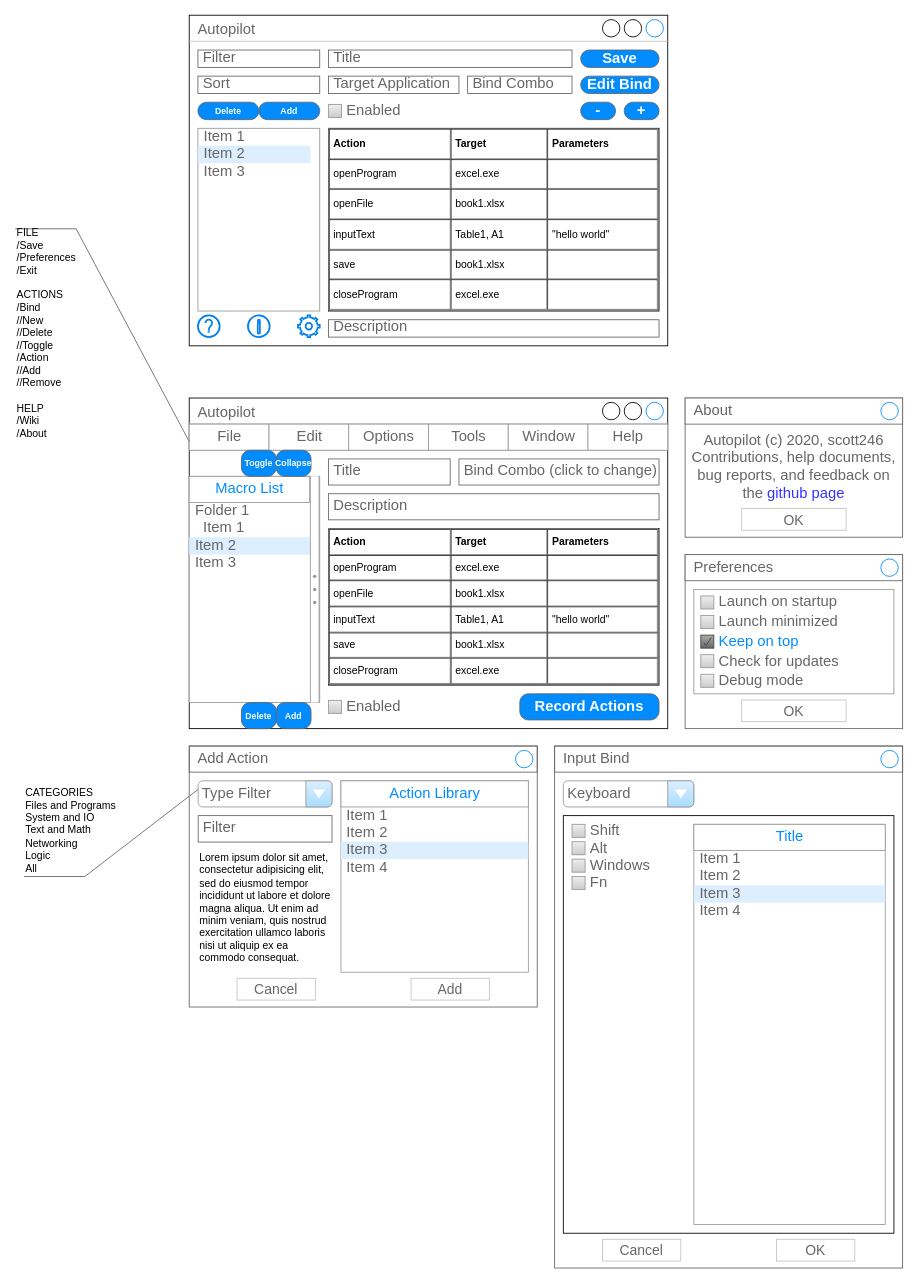
Earlier version of the draw.io diagram autopilot.drawio (scott246/autopilot). Source tidied: cells renumbered, new cells numbered last; positions are measured from the earlier drawing's top-left corner, leaving out a move shared by most shapes. Both pictures are drawn from the tidied source at 87%, with x=0, y=0 at pixel (15, 15).
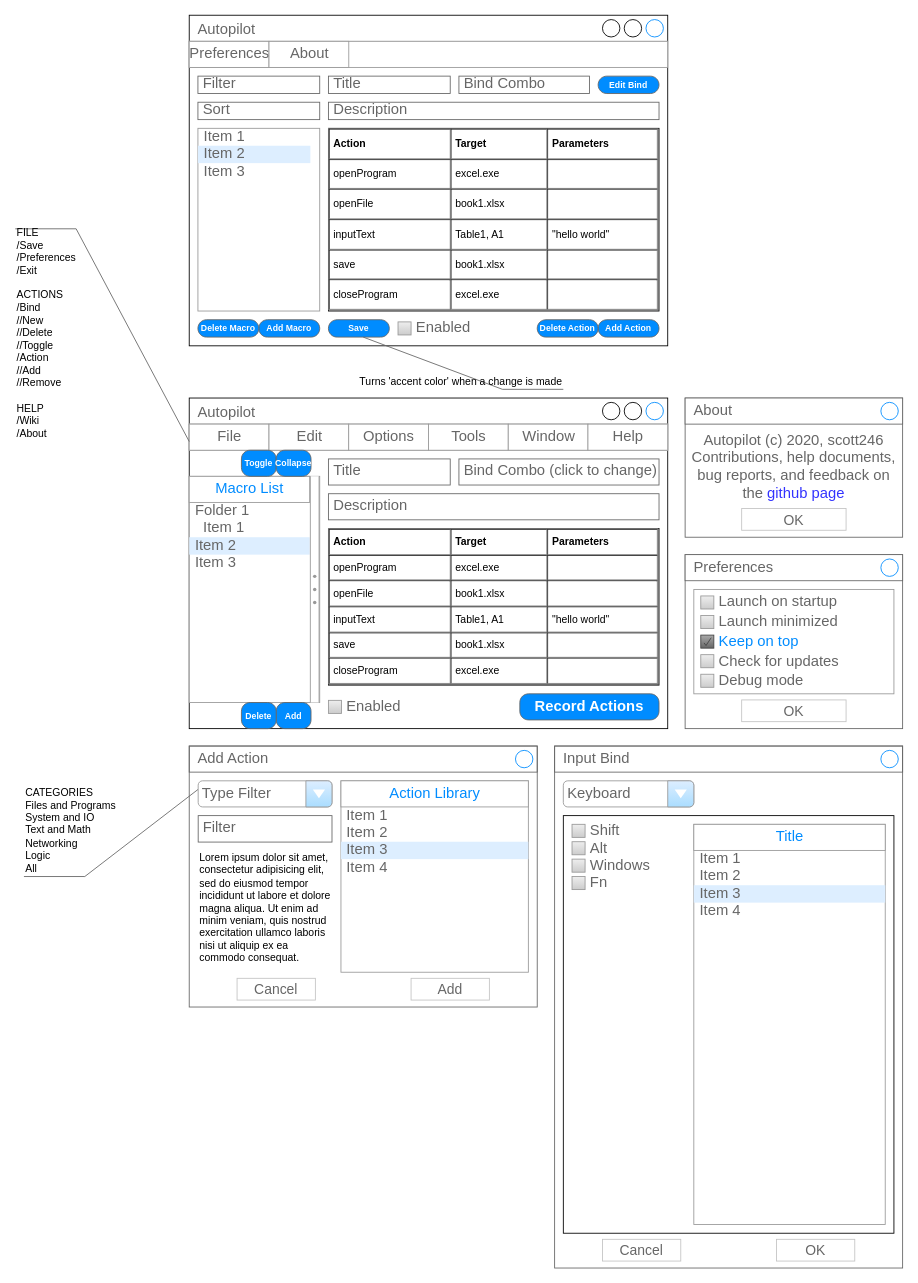
Above is the later version.

Change to the diagram source:
```diff
@@
     <mxCell id="80" value="Title" style="strokeWidth=1;shadow=0;dashed=0;align=center;html=1;shape=mxgraph.mockup.text.textBox;fontColor=#666666;align=left;fontSize=17;spacingLeft=4;spacingTop=-3;strokeColor=#666666;mainText=;" parent="1" vertex="1">
-      <mxGeometry x="360" y="40" width="280" height="20" as="geometry" />
+      <mxGeometry x="360" y="70" width="140" height="20" as="geometry" />
     </mxCell>
     <mxCell id="81" value="Description" style="strokeWidth=1;shadow=0;dashed=0;align=center;html=1;shape=mxgraph.mockup.text.textBox;fontColor=#666666;align=left;fontSize=17;spacingLeft=4;spacingTop=-3;strokeColor=#666666;mainText=;" parent="1" vertex="1">
-      <mxGeometry x="360" y="350" width="380" height="20" as="geometry" />
+      <mxGeometry x="360" y="100" width="380" height="20" as="geometry" />
     </mxCell>
     <mxCell id="82" value="Bind Combo" style="strokeWidth=1;shadow=0;dashed=0;align=center;html=1;shape=mxgraph.mockup.text.textBox;fontColor=#666666;align=left;fontSize=17;spacingLeft=4;spacingTop=-3;strokeColor=#666666;mainText=;" parent="1" vertex="1">
-      <mxGeometry x="520" y="70" width="120" height="20" as="geometry" />
+      <mxGeometry x="510" y="70" width="150" height="20" as="geometry" />
     </mxCell>
     <mxCell id="83" value="Enabled" style="strokeWidth=1;shadow=0;dashed=0;align=center;html=1;shape=mxgraph.mockup.forms.rrect;rSize=0;fillColor=#eeeeee;strokeColor=#999999;gradientColor=#cccccc;align=left;spacingLeft=4;fontSize=17;fontColor=#666666;labelPosition=right;" parent="1" vertex="1">
-      <mxGeometry x="360" y="102.5" width="15" height="15" as="geometry" />
+      <mxGeometry x="440" y="352.5" width="15" height="15" as="geometry" />
     </mxCell>
-    <mxCell id="84" value="Add" style="strokeWidth=1;shadow=0;dashed=0;align=center;html=1;shape=mxgraph.mockup.buttons.button;strokeColor=#666666;fontColor=#ffffff;mainText=;buttonStyle=round;fontSize=10;fontStyle=1;fillColor=#008cff;whiteSpace=wrap;" parent="1" vertex="1">
-      <mxGeometry x="280" y="100" width="70" height="20" as="geometry" />
+    <mxCell id="84" value="Add Macro" style="strokeWidth=1;shadow=0;dashed=0;align=center;html=1;shape=mxgraph.mockup.buttons.button;strokeColor=#666666;fontColor=#ffffff;mainText=;buttonStyle=round;fontSize=10;fontStyle=1;fillColor=#008cff;whiteSpace=wrap;" parent="1" vertex="1">
+      <mxGeometry x="280" y="350" width="70" height="20" as="geometry" />
     </mxCell>
-    <mxCell id="85" value="Delete" style="strokeWidth=1;shadow=0;dashed=0;align=center;html=1;shape=mxgraph.mockup.buttons.button;strokeColor=#666666;fontColor=#ffffff;mainText=;buttonStyle=round;fontSize=10;fontStyle=1;fillColor=#008cff;whiteSpace=wrap;" parent="1" vertex="1">
-      <mxGeometry x="210" y="100" width="70" height="20" as="geometry" />
+    <mxCell id="85" value="Delete Macro" style="strokeWidth=1;shadow=0;dashed=0;align=center;html=1;shape=mxgraph.mockup.buttons.button;strokeColor=#666666;fontColor=#ffffff;mainText=;buttonStyle=round;fontSize=10;fontStyle=1;fillColor=#008cff;whiteSpace=wrap;" parent="1" vertex="1">
+      <mxGeometry x="210" y="350" width="70" height="20" as="geometry" />
     </mxCell>
     <mxCell id="86" value="Filter" style="strokeWidth=1;shadow=0;dashed=0;align=center;html=1;shape=mxgraph.mockup.text.textBox;fontColor=#666666;align=left;fontSize=17;spacingLeft=4;spacingTop=-3;strokeColor=#666666;mainText=;" parent="1" vertex="1">
-      <mxGeometry x="210" y="40" width="140" height="20" as="geometry" />
+      <mxGeometry x="210" y="70" width="140" height="20" as="geometry" />
     </mxCell>
     <mxCell id="87" value="Sort" style="strokeWidth=1;shadow=0;dashed=0;align=center;html=1;shape=mxgraph.mockup.text.textBox;fontColor=#666666;align=left;fontSize=17;spacingLeft=4;spacingTop=-3;strokeColor=#666666;mainText=;" parent="1" vertex="1">
-      <mxGeometry x="210" y="70" width="140" height="20" as="geometry" />
+      <mxGeometry x="210" y="100" width="140" height="20" as="geometry" />
     </mxCell>
-    <mxCell id="88" value="Save" style="strokeWidth=1;shadow=0;dashed=0;align=center;html=1;shape=mxgraph.mockup.buttons.button;strokeColor=#666666;fontColor=#ffffff;mainText=;buttonStyle=round;fontSize=17;fontStyle=1;fillColor=#008cff;whiteSpace=wrap;" parent="1" vertex="1">
-      <mxGeometry x="650" y="40" width="90" height="20" as="geometry" />
+    <mxCell id="88" value="Save" style="strokeWidth=1;shadow=0;dashed=0;align=center;html=1;shape=mxgraph.mockup.buttons.button;strokeColor=#666666;fontColor=#ffffff;mainText=;buttonStyle=round;fontSize=10;fontStyle=1;fillColor=#008cff;whiteSpace=wrap;" parent="1" vertex="1">
+      <mxGeometry x="360" y="350" width="70" height="20" as="geometry" />
     </mxCell>
-    <mxCell id="89" value="Edit Bind" style="strokeWidth=1;shadow=0;dashed=0;align=center;html=1;shape=mxgraph.mockup.buttons.button;strokeColor=#666666;fontColor=#ffffff;mainText=;buttonStyle=round;fontSize=17;fontStyle=1;fillColor=#008cff;whiteSpace=wrap;" parent="1" vertex="1">
-      <mxGeometry x="650" y="70" width="90" height="20" as="geometry" />
+    <mxCell id="89" value="Edit Bind" style="strokeWidth=1;shadow=0;dashed=0;align=center;html=1;shape=mxgraph.mockup.buttons.button;strokeColor=#666666;fontColor=#ffffff;mainText=;buttonStyle=round;fontSize=10;fontStyle=1;fillColor=#008cff;whiteSpace=wrap;" parent="1" vertex="1">
+      <mxGeometry x="670" y="70" width="70" height="20" as="geometry" />
     </mxCell>
-    <mxCell id="90" value="+" style="strokeWidth=1;shadow=0;dashed=0;align=center;html=1;shape=mxgraph.mockup.buttons.button;strokeColor=#666666;fontColor=#ffffff;mainText=;buttonStyle=round;fontSize=17;fontStyle=1;fillColor=#008cff;whiteSpace=wrap;" parent="1" vertex="1">
-      <mxGeometry x="700" y="100" width="40" height="20" as="geometry" />
+    <mxCell id="90" value="&lt;font style=&quot;font-size: 10px&quot;&gt;Add Action&lt;/font&gt;" style="strokeWidth=1;shadow=0;dashed=0;align=center;html=1;shape=mxgraph.mockup.buttons.button;strokeColor=#666666;fontColor=#ffffff;mainText=;buttonStyle=round;fontSize=10;fontStyle=1;fillColor=#008cff;whiteSpace=wrap;" parent="1" vertex="1">
+      <mxGeometry x="670" y="350" width="70" height="20" as="geometry" />
     </mxCell>
-    <mxCell id="91" value="-" style="strokeWidth=1;shadow=0;dashed=0;align=center;html=1;shape=mxgraph.mockup.buttons.button;strokeColor=#666666;fontColor=#ffffff;mainText=;buttonStyle=round;fontSize=17;fontStyle=1;fillColor=#008cff;whiteSpace=wrap;" parent="1" vertex="1">
-      <mxGeometry x="650" y="100" width="40" height="20" as="geometry" />
+    <mxCell id="91" value="&lt;font style=&quot;font-size: 10px&quot;&gt;Delete Action&lt;/font&gt;" style="strokeWidth=1;shadow=0;dashed=0;align=center;html=1;shape=mxgraph.mockup.buttons.button;strokeColor=#666666;fontColor=#ffffff;mainText=;buttonStyle=round;fontSize=10;fontStyle=1;fillColor=#008cff;whiteSpace=wrap;" parent="1" vertex="1">
+      <mxGeometry x="600" y="350" width="70" height="20" as="geometry" />
     </mxCell>
-    <mxCell id="92" style="html=1;verticalLabelPosition=bottom;align=center;labelBackgroundColor=#ffffff;verticalAlign=top;strokeWidth=2;strokeColor=#0080F0;shadow=0;dashed=0;shape=mxgraph.ios7.icons.help;" parent="1" vertex="1">
-      <mxGeometry x="210" y="345" width="25" height="25" as="geometry" />
-    </mxCell>
-    <mxCell id="93" style="html=1;verticalLabelPosition=bottom;align=center;labelBackgroundColor=#ffffff;verticalAlign=top;strokeWidth=2;strokeColor=#0080F0;shadow=0;dashed=0;shape=mxgraph.ios7.icons.settings;" parent="1" vertex="1">
-      <mxGeometry x="325" y="345" width="25" height="25" as="geometry" />
-    </mxCell>
-    <mxCell id="94" style="html=1;verticalLabelPosition=bottom;align=center;labelBackgroundColor=#ffffff;verticalAlign=top;strokeWidth=2;strokeColor=#0080F0;shadow=0;dashed=0;shape=mxgraph.ios7.icons.info;" parent="1" vertex="1">
-      <mxGeometry x="267.5" y="345" width="25" height="25" as="geometry" />
-    </mxCell>
-    <mxCell id="95" value="Target Application" style="strokeWidth=1;shadow=0;dashed=0;align=center;html=1;shape=mxgraph.mockup.text.textBox;fontColor=#666666;align=left;fontSize=17;spacingLeft=4;spacingTop=-3;strokeColor=#666666;mainText=;" parent="1" vertex="1">
-      <mxGeometry x="360" y="70" width="150" height="20" as="geometry" />
-    </mxCell>
+    <mxCell id="96" style="strokeWidth=1;shadow=0;dashed=0;align=center;html=1;shape=mxgraph.mockup.forms.rrect;rSize=0;strokeColor=#999999;" parent="1" vertex="1">
+      <mxGeometry x="200" y="30" width="550" height="30" as="geometry" />
+    </mxCell>
+    <mxCell id="97" value="Preferences" style="strokeColor=inherit;fillColor=inherit;gradientColor=inherit;strokeWidth=1;shadow=0;dashed=0;align=center;html=1;shape=mxgraph.mockup.forms.rrect;rSize=0;fontSize=17;fontColor=#666666;" parent="96" vertex="1">
+      <mxGeometry width="91.7" height="30" as="geometry" />
+    </mxCell>
+    <mxCell id="98" value="About" style="strokeColor=inherit;fillColor=inherit;gradientColor=inherit;strokeWidth=1;shadow=0;dashed=0;align=center;html=1;shape=mxgraph.mockup.forms.rrect;rSize=0;fontSize=17;fontColor=#666666;" parent="96" vertex="1">
+      <mxGeometry x="91.7" width="91.7" height="30" as="geometry" />
+    </mxCell>
+    <mxCell id="99" value="Turns 'accent color' when a change is made" style="strokeWidth=1;shadow=0;dashed=0;align=center;html=1;shape=mxgraph.mockup.text.callout;linkText=;textSize=17;textColor=#666666;callDir=SE;callStyle=line;fontSize=12;fontColor=#000000;align=right;verticalAlign=bottom;strokeColor=#666666;" parent="1" vertex="1">
+      <mxGeometry x="400" y="370" width="230" height="60" as="geometry" />
+    </mxCell>
```
